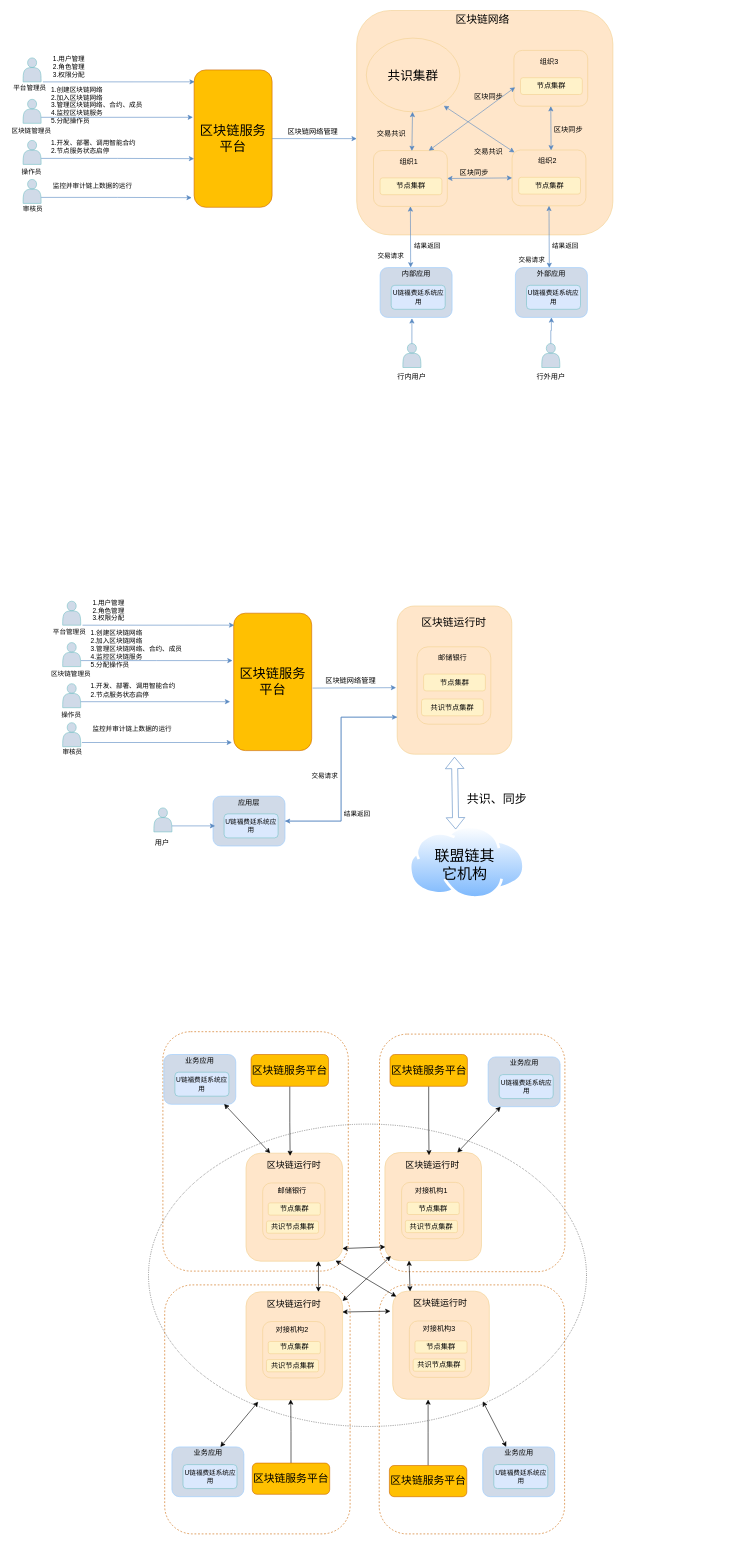
This is repository/drawio/postb/系统上下文.drawio from dilide/collections, a draw.io file, before an edit. Source tidied: cells renumbered, new cells numbered last; positions are measured from the earlier drawing's top-left corner, leaving out a move shared by most shapes. Both pictures are drawn from the tidied source at 60%, with x=0, y=0 at pixel (10, 10).
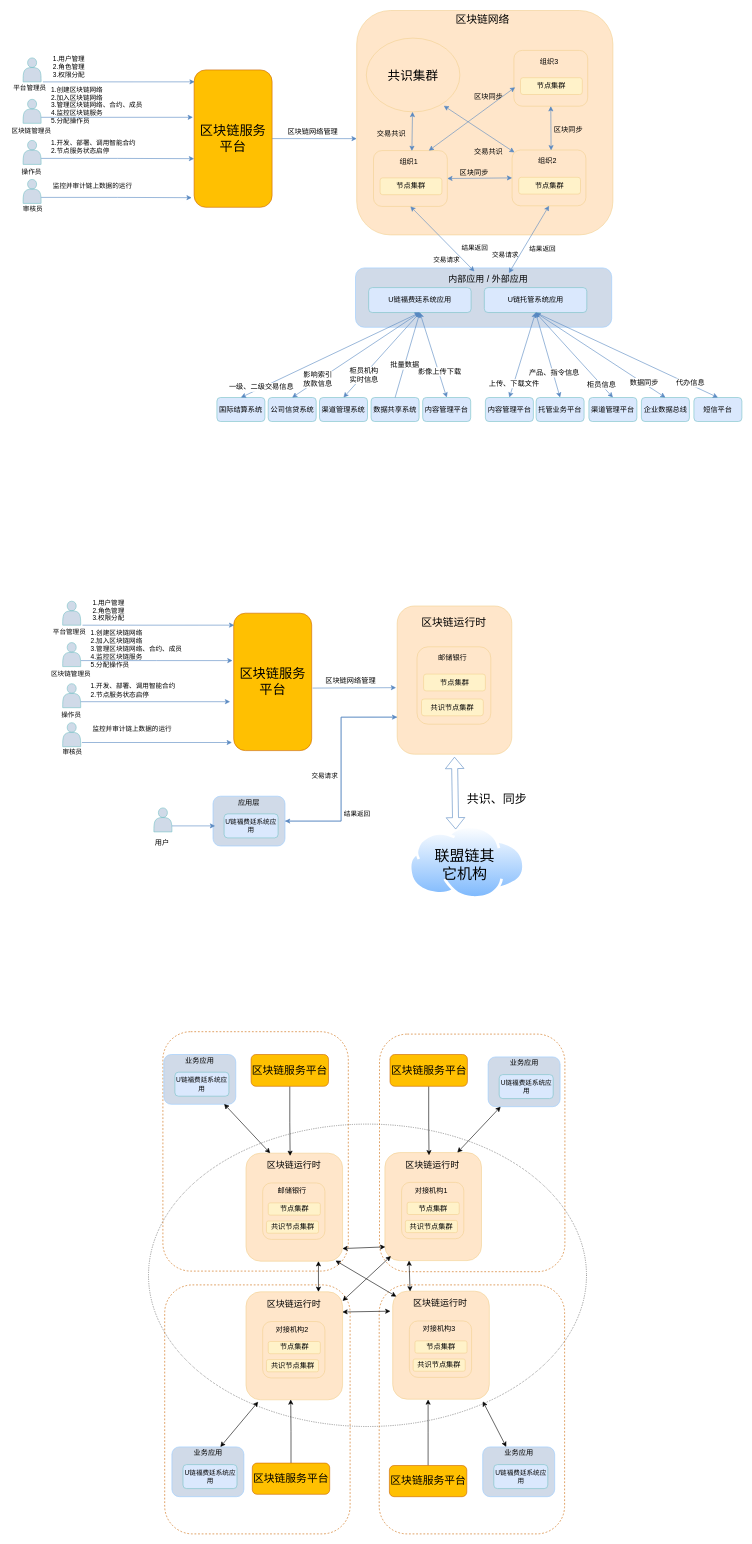
Above is the later version.

Commit message (it also covers changes not shown here):
Update 系统上下文.drawio

The change refers to these unchanged cells:
```xml
<mxCell id="7" style="group;" parent="1" vertex="1">
  <mxGeometry width="1004" height="615" as="geometry" />
</mxCell>
<mxCell id="49" style="rounded=1;whiteSpace=wrap;html=1;strokeColor=#F1D191;fillColor=none;fontSize=12;align=center;" parent="48" vertex="1">
  <mxGeometry width="123" height="93" as="geometry" />
</mxCell>
<mxCell id="53" style="rounded=1;whiteSpace=wrap;html=1;strokeColor=#F1D191;fillColor=none;fontSize=12;align=center;" parent="52" vertex="1">
  <mxGeometry width="123" height="93" as="geometry" />
</mxCell>
```

Diff of the diagram source:
```diff
@@
-    <mxCell id="28" style="shape=actor;whiteSpace=wrap;html=1;fillColor=#D0DAE8;strokeColor=#78C1C6;" parent="7" vertex="1">
-      <mxGeometry x="654" y="555" width="30" height="40" as="geometry" />
-    </mxCell>
-    <mxCell id="29" value="行内用户" style="text;html=1;align=left;verticalAlign=top;spacingTop=-4;fontSize=12;" parent="7" vertex="1">
-      <mxGeometry x="643" y="601" width="58" height="14" as="geometry" />
-    </mxCell>
-    <mxCell id="30" style="shape=actor;whiteSpace=wrap;html=1;fillColor=#D0DAE8;strokeColor=#78C1C6;" parent="7" vertex="1">
-      <mxGeometry x="885.5" y="555" width="30" height="40" as="geometry" />
-    </mxCell>
-    <mxCell id="31" value="行外用户" style="text;html=1;align=left;verticalAlign=top;spacingTop=-4;fontSize=12;" parent="7" vertex="1">
-      <mxGeometry x="874.5" y="601" width="58" height="14" as="geometry" />
-    </mxCell>
@@
     <mxCell id="34" value="交易请求" style="text;html=1;align=left;verticalAlign=top;spacingTop=-4;fontSize=11;" parent="7" vertex="1">
-      <mxGeometry x="610" y="399.5" width="54" height="13" as="geometry" />
+      <mxGeometry x="703" y="406" width="54" height="13" as="geometry" />
     </mxCell>
-    <mxCell id="35" value="结果返回" style="text;html=1;align=left;verticalAlign=top;spacingTop=-4;fontSize=11;" parent="7" vertex="1">
-      <mxGeometry x="671" y="383" width="54" height="13" as="geometry" />
-    </mxCell>
-    <mxCell id="36" value="交易请求" style="text;html=1;align=left;verticalAlign=top;spacingTop=-4;fontSize=11;" parent="7" vertex="1">
-      <mxGeometry x="844.5" y="406" width="54" height="13" as="geometry" />
-    </mxCell>
-    <mxCell id="37" value="结果返回" style="text;html=1;align=left;verticalAlign=top;spacingTop=-4;fontSize=11;" parent="7" vertex="1">
-      <mxGeometry x="900.5" y="383" width="54" height="13" as="geometry" />
-    </mxCell>
-    <mxCell id="38" style="group;" parent="7" vertex="1">
-      <mxGeometry x="841.5" y="428.5" width="120" height="83" as="geometry" />
-    </mxCell>
-    <mxCell id="39" style="rounded=1;whiteSpace=wrap;html=1;strokeColor=#99CCFF;fillColor=#D0DAE8;fontSize=12;align=center;" parent="38" vertex="1">
-      <mxGeometry width="120" height="83" as="geometry" />
-    </mxCell>
-    <mxCell id="40" value="外部应用" style="rounded=1;whiteSpace=wrap;html=1;strokeColor=none;fillColor=none;fontSize=12;align=center;" parent="38" vertex="1">
-      <mxGeometry x="18.5" width="83" height="20" as="geometry" />
-    </mxCell>
-    <mxCell id="41" value="U链福费廷系统应用" style="rounded=1;whiteSpace=wrap;html=1;fillColor=#DAE8FD;fontSize=11;align=center;strokeColor=#78C1C6;" parent="38" vertex="1">
-      <mxGeometry x="18.5" y="29.5" width="90" height="40" as="geometry" />
-    </mxCell>
-    <mxCell id="42" style="edgeStyle=orthogonalEdgeStyle;rounded=0;jettySize=auto;html=1;exitX=0.5;exitY=0;exitDx=0;exitDy=0;entryX=0.5;entryY=1;entryDx=0;entryDy=0;strokeColor=#5888C1;fontSize=12;" parent="7" edge="1" source="30" target="39">
-      <mxGeometry relative="1" as="geometry" />
-    </mxCell>
     <mxCell id="43" style="group;" parent="7" vertex="1">
-      <mxGeometry x="616" y="428.5" width="120" height="83" as="geometry" />
+      <mxGeometry x="575" y="429" width="427" height="99" as="geometry" />
     </mxCell>
     <mxCell id="44" style="rounded=1;whiteSpace=wrap;html=1;strokeColor=#99CCFF;fillColor=#D0DAE8;fontSize=12;align=center;" parent="43" vertex="1">
-      <mxGeometry width="120" height="83" as="geometry" />
+      <mxGeometry width="427" height="99" as="geometry" />
     </mxCell>
-    <mxCell id="45" value="内部应用" style="rounded=1;whiteSpace=wrap;html=1;strokeColor=none;fillColor=none;fontSize=12;align=center;" parent="43" vertex="1">
-      <mxGeometry x="18.5" width="83" height="20" as="geometry" />
+    <mxCell id="45" value="内部应用 / 外部应用" style="rounded=1;whiteSpace=wrap;html=1;strokeColor=none;fillColor=none;fontSize=15;align=center;" parent="43" vertex="1">
+      <mxGeometry x="153" y="8.5" width="137" height="19" as="geometry" />
     </mxCell>
-    <mxCell id="46" value="U链福费廷系统应用" style="rounded=1;whiteSpace=wrap;html=1;fillColor=#DAE8FD;fontSize=11;align=center;strokeColor=#78C1C6;" parent="43" vertex="1">
-      <mxGeometry x="18.5" y="29.5" width="90" height="40" as="geometry" />
+    <mxCell id="46" value="U链福费廷系统应用" style="rounded=1;whiteSpace=wrap;html=1;fillColor=#DAE8FD;fontSize=12;align=center;strokeColor=#78C1C6;" parent="43" vertex="1">
+      <mxGeometry x="21.9" y="32.8" width="170.8" height="41.6" as="geometry" />
     </mxCell>
-    <mxCell id="47" style="edgeStyle=orthogonalEdgeStyle;rounded=0;jettySize=auto;html=1;exitX=0.5;exitY=0;exitDx=0;exitDy=0;entryX=0.442;entryY=1.018;entryDx=0;entryDy=0;entryPerimeter=0;strokeColor=#5888C1;fontSize=12;" parent="7" edge="1" source="28" target="44">
-      <mxGeometry relative="1" as="geometry" />
-    </mxCell>
+    <mxCell id="186" value="U链托管系统应用" style="rounded=1;whiteSpace=wrap;html=1;fillColor=#DAE8FD;fontSize=12;align=center;strokeColor=#78C1C6;" parent="43" vertex="1">
+      <mxGeometry x="214.7" y="32.8" width="170.8" height="41.6" as="geometry" />
+    </mxCell>
@@
-    <mxCell id="60" style="endArrow=classic;startArrow=classic;html=1;fontSize=11;exitX=0.391;exitY=-0.013;exitDx=0;exitDy=0;strokeColor=#5888C1;entryX=0.5;entryY=1;entryDx=0;entryDy=0;exitPerimeter=0;" parent="7" edge="1" source="45" target="49">
+    <mxCell id="60" style="endArrow=classic;startArrow=classic;html=1;fontSize=11;exitX=0.33;exitY=-0.139;exitDx=0;exitDy=0;strokeColor=#5888C1;entryX=0.5;entryY=1;entryDx=0;entryDy=0;exitPerimeter=0;" parent="7" edge="1" source="45" target="49">
       <mxGeometry relative="1" as="geometry" />
     </mxCell>
-    <mxCell id="61" style="endArrow=classic;startArrow=classic;html=1;strokeColor=#5888C1;fontSize=12;entryX=0.5;entryY=1;entryDx=0;entryDy=0;" parent="7" edge="1" target="53">
-      <mxGeometry relative="1" as="geometry">
-        <mxPoint x="898" y="429" as="sourcePoint" />
-      </mxGeometry>
-    </mxCell>
@@
+    <mxCell id="35" value="结果返回" style="text;html=1;align=left;verticalAlign=top;spacingTop=-4;fontSize=11;" parent="7" vertex="1">
+      <mxGeometry x="749.5" y="386.5" width="54" height="13" as="geometry" />
+    </mxCell>
+    <mxCell id="37" value="结果返回" style="text;html=1;align=left;verticalAlign=top;spacingTop=-4;fontSize=11;" parent="7" vertex="1">
+      <mxGeometry x="862.5" y="387.5" width="54" height="13" as="geometry" />
+    </mxCell>
+    <mxCell id="187" style="endArrow=classic;startArrow=classic;html=1;strokeColor=#5888C1;fontSize=12;exitX=0.75;exitY=0;exitDx=0;exitDy=0;entryX=0.5;entryY=1;entryDx=0;entryDy=0;" parent="7" edge="1" source="45" target="53">
+      <mxGeometry relative="1" as="geometry" />
+    </mxCell>
@@
+    <mxCell id="188" value="内容管理平台" style="rounded=1;whiteSpace=wrap;html=1;fillColor=#DAE8FD;fontSize=12;align=center;strokeColor=#78C1C6;" parent="1" vertex="1">
+      <mxGeometry x="791.5" y="645" width="80" height="40" as="geometry" />
+    </mxCell>
+    <mxCell id="189" value="托管业务平台" style="rounded=1;whiteSpace=wrap;html=1;fillColor=#DAE8FD;fontSize=12;align=center;strokeColor=#78C1C6;" parent="1" vertex="1">
+      <mxGeometry x="876" y="645" width="80" height="40" as="geometry" />
+    </mxCell>
+    <mxCell id="190" value="短信平台" style="rounded=1;whiteSpace=wrap;html=1;fillColor=#DAE8FD;fontSize=12;align=center;strokeColor=#78C1C6;" parent="1" vertex="1">
+      <mxGeometry x="1139" y="645" width="80" height="40" as="geometry" />
+    </mxCell>
+    <mxCell id="191" value="渠道管理平台" style="rounded=1;whiteSpace=wrap;html=1;fillColor=#DAE8FD;fontSize=12;align=center;strokeColor=#78C1C6;" parent="1" vertex="1">
+      <mxGeometry x="964" y="645" width="80" height="40" as="geometry" />
+    </mxCell>
+    <mxCell id="192" value="企业数据总线" style="rounded=1;whiteSpace=wrap;html=1;fillColor=#DAE8FD;fontSize=12;align=center;strokeColor=#78C1C6;" parent="1" vertex="1">
+      <mxGeometry x="1051.5" y="645" width="80" height="40" as="geometry" />
+    </mxCell>
+    <mxCell id="193" style="endArrow=classic;startArrow=classic;html=1;strokeColor=#5888C1;fontSize=12;entryX=0.5;entryY=1;entryDx=0;entryDy=0;exitX=0.5;exitY=0;exitDx=0;exitDy=0;" parent="1" edge="1" source="188" target="186">
+      <mxGeometry relative="1" as="geometry" />
+    </mxCell>
+    <mxCell id="194" value="上传、下载文件" style="text;html=1;align=center;verticalAlign=middle;labelBackgroundColor=#ffffff;fontSize=12;" parent="193" vertex="1">
+      <mxGeometry x="-0.66" relative="1" as="geometry" />
+    </mxCell>
+    <mxCell id="195" style="endArrow=classic;startArrow=classic;html=1;strokeColor=#5888C1;fontSize=12;entryX=0.5;entryY=1;entryDx=0;entryDy=0;exitX=0.5;exitY=0;exitDx=0;exitDy=0;" parent="1" edge="1" source="189" target="186">
+      <mxGeometry relative="1" as="geometry" />
+    </mxCell>
+    <mxCell id="196" value="产品、指令信息" style="text;html=1;align=center;verticalAlign=middle;labelBackgroundColor=#ffffff;fontSize=12;" parent="195" vertex="1">
+      <mxGeometry x="-0.41" y="-1" relative="1" as="geometry" />
+    </mxCell>
+    <mxCell id="197" style="endArrow=classic;startArrow=classic;html=1;strokeColor=#5888C1;fontSize=12;entryX=0.5;entryY=1;entryDx=0;entryDy=0;exitX=0.5;exitY=0;exitDx=0;exitDy=0;" parent="1" edge="1" source="191" target="186">
+      <mxGeometry relative="1" as="geometry" />
+    </mxCell>
+    <mxCell id="198" value="柜员信息" style="text;html=1;align=center;verticalAlign=middle;labelBackgroundColor=#ffffff;fontSize=12;" parent="197" vertex="1">
+      <mxGeometry x="-0.7" relative="1" as="geometry" />
+    </mxCell>
+    <mxCell id="199" style="endArrow=classic;startArrow=classic;html=1;strokeColor=#5888C1;fontSize=12;entryX=0.5;entryY=1;entryDx=0;entryDy=0;exitX=0.5;exitY=0;exitDx=0;exitDy=0;" parent="1" edge="1" source="192" target="186">
+      <mxGeometry relative="1" as="geometry" />
+    </mxCell>
+    <mxCell id="200" value="数据同步" style="text;html=1;align=center;verticalAlign=middle;labelBackgroundColor=#ffffff;fontSize=12;" parent="199" vertex="1">
+      <mxGeometry x="-0.65" y="-1" relative="1" as="geometry">
+        <mxPoint x="1" as="offset" />
+      </mxGeometry>
+    </mxCell>
+    <mxCell id="201" style="endArrow=classic;html=1;strokeColor=#5888C1;fontSize=12;exitX=0.5;exitY=1;exitDx=0;exitDy=0;entryX=0.5;entryY=0;entryDx=0;entryDy=0;" parent="1" edge="1" source="186" target="190">
+      <mxGeometry relative="1" as="geometry" />
+    </mxCell>
+    <mxCell id="202" value="代办信息" style="text;html=1;align=center;verticalAlign=middle;labelBackgroundColor=#ffffff;fontSize=12;" parent="201" vertex="1">
+      <mxGeometry x="0.68" y="2" relative="1" as="geometry">
+        <mxPoint x="1" as="offset" />
+      </mxGeometry>
+    </mxCell>
+    <mxCell id="203" value="公司信贷系统" style="rounded=1;whiteSpace=wrap;html=1;fillColor=#DAE8FD;fontSize=12;align=center;strokeColor=#78C1C6;" parent="1" vertex="1">
+      <mxGeometry x="429.5" y="645" width="80" height="40" as="geometry" />
+    </mxCell>
+    <mxCell id="204" value="渠道管理系统" style="rounded=1;whiteSpace=wrap;html=1;fillColor=#DAE8FD;fontSize=12;align=center;strokeColor=#78C1C6;" parent="1" vertex="1">
+      <mxGeometry x="515" y="645" width="80" height="40" as="geometry" />
+    </mxCell>
+    <mxCell id="205" value="数据共享系统" style="rounded=1;whiteSpace=wrap;html=1;fillColor=#DAE8FD;fontSize=12;align=center;strokeColor=#78C1C6;" parent="1" vertex="1">
+      <mxGeometry x="601" y="645" width="80" height="40" as="geometry" />
+    </mxCell>
+    <mxCell id="206" value="内容管理平台" style="rounded=1;whiteSpace=wrap;html=1;fillColor=#DAE8FD;fontSize=12;align=center;strokeColor=#78C1C6;" parent="1" vertex="1">
+      <mxGeometry x="687" y="645" width="80" height="40" as="geometry" />
+    </mxCell>
+    <mxCell id="207" value="国际结算系统" style="rounded=1;whiteSpace=wrap;html=1;fillColor=#DAE8FD;fontSize=12;align=center;strokeColor=#78C1C6;" parent="1" vertex="1">
+      <mxGeometry x="344" y="645" width="80" height="40" as="geometry" />
+    </mxCell>
+    <mxCell id="208" style="endArrow=classic;startArrow=classic;html=1;strokeColor=#5888C1;fontSize=12;exitX=0.5;exitY=0;exitDx=0;exitDy=0;entryX=0.5;entryY=1;entryDx=0;entryDy=0;" parent="1" edge="1" source="207" target="46">
+      <mxGeometry relative="1" as="geometry" />
+    </mxCell>
+    <mxCell id="209" value="一级、二级交易信息" style="text;html=1;align=center;verticalAlign=middle;labelBackgroundColor=#ffffff;fontSize=12;" parent="208" vertex="1">
+      <mxGeometry x="-0.77" y="1" relative="1" as="geometry" />
+    </mxCell>
+    <mxCell id="210" style="endArrow=classic;startArrow=classic;html=1;strokeColor=#5888C1;fontSize=12;exitX=0.5;exitY=0;exitDx=0;exitDy=0;entryX=0.5;entryY=1;entryDx=0;entryDy=0;" parent="1" edge="1" source="203" target="46">
+      <mxGeometry relative="1" as="geometry" />
+    </mxCell>
+    <mxCell id="211" value="影响索引&lt;br&gt;放款信息" style="text;html=1;align=center;verticalAlign=middle;labelBackgroundColor=#ffffff;fontSize=12;" parent="210" vertex="1">
+      <mxGeometry x="-0.62" y="-3" relative="1" as="geometry">
+        <mxPoint y="-6" as="offset" />
+      </mxGeometry>
+    </mxCell>
+    <mxCell id="212" style="endArrow=classic;startArrow=classic;html=1;strokeColor=#5888C1;fontSize=12;exitX=0.5;exitY=0;exitDx=0;exitDy=0;entryX=0.5;entryY=1;entryDx=0;entryDy=0;" parent="1" edge="1" source="204" target="46">
+      <mxGeometry relative="1" as="geometry" />
+    </mxCell>
+    <mxCell id="213" value="柜员机构&lt;br&gt;实时信息" style="text;html=1;align=center;verticalAlign=middle;labelBackgroundColor=#ffffff;fontSize=12;" parent="212" vertex="1">
+      <mxGeometry x="-0.47" relative="1" as="geometry" />
+    </mxCell>
+    <mxCell id="214" style="endArrow=classic;startArrow=classic;html=1;strokeColor=#5888C1;fontSize=12;exitX=0.5;exitY=0;exitDx=0;exitDy=0;entryX=0.5;entryY=1;entryDx=0;entryDy=0;" parent="1" edge="1" source="206" target="46">
+      <mxGeometry relative="1" as="geometry" />
+    </mxCell>
+    <mxCell id="215" value="影像上传下载" style="text;html=1;align=center;verticalAlign=middle;labelBackgroundColor=#ffffff;fontSize=12;" parent="214" vertex="1">
+      <mxGeometry x="-0.4" y="-1" relative="1" as="geometry" />
+    </mxCell>
+    <mxCell id="216" style="endArrow=classic;html=1;strokeColor=#5888C1;fontSize=12;entryX=0.5;entryY=1;entryDx=0;entryDy=0;exitX=0.5;exitY=0;exitDx=0;exitDy=0;" parent="1" edge="1" source="205" target="46">
+      <mxGeometry relative="1" as="geometry" />
+    </mxCell>
+    <mxCell id="217" value="批量数据" style="text;html=1;align=center;verticalAlign=middle;labelBackgroundColor=#ffffff;fontSize=12;" parent="216" vertex="1">
+      <mxGeometry x="-0.23" y="-1" relative="1" as="geometry">
+        <mxPoint x="-1" as="offset" />
+      </mxGeometry>
+    </mxCell>
+    <mxCell id="36" value="交易请求" style="text;html=1;align=left;verticalAlign=top;spacingTop=-4;fontSize=11;" parent="1" vertex="1">
+      <mxGeometry x="801" y="399" width="54" height="13" as="geometry" />
+    </mxCell>
```
